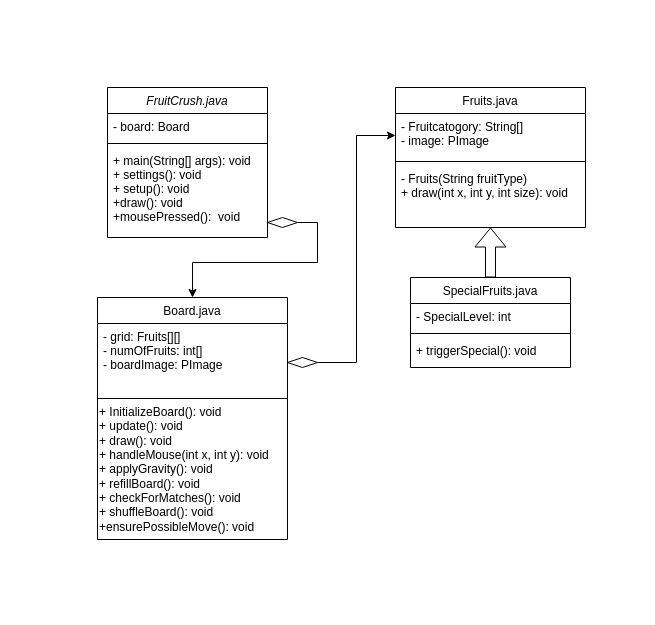
Before: realClassDiagram.drawio in Stuycs-K/finalprojectapcs-5-zhang-qiyujin-ng-michelle, a draw.io diagram. Source tidied: cells renumbered, new cells numbered last; positions are measured from the earlier drawing's top-left corner, leaving out a move shared by most shapes. Both pictures are drawn from the tidied source at 100%, with x=0, y=0 at pixel (97, 87).
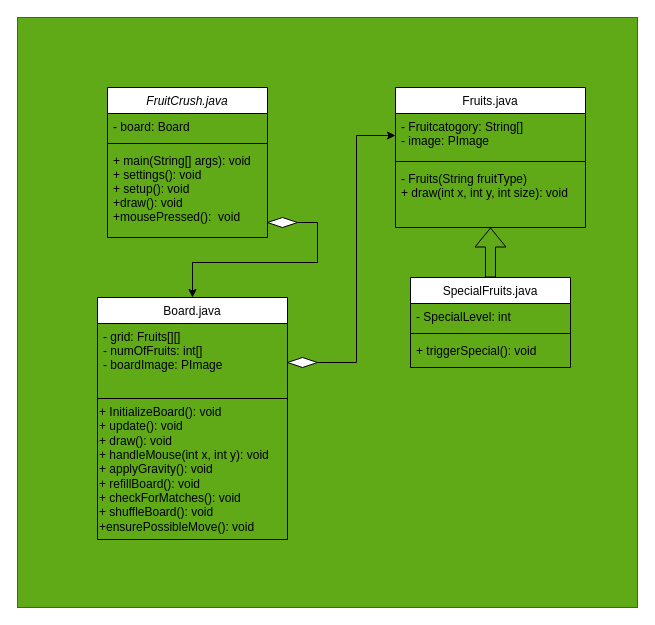
After the change.

Commit message (it also covers changes not shown here):
updated class diagram

Change to the diagram source:
```diff
@@
+    <mxCell id="23" style="rounded=0;whiteSpace=wrap;html=1;fillColor=#60a917;fontColor=#ffffff;strokeColor=#2D7600;" parent="1" vertex="1">
+      <mxGeometry x="-80" y="-70" width="620" height="590" as="geometry" />
+    </mxCell>
```
